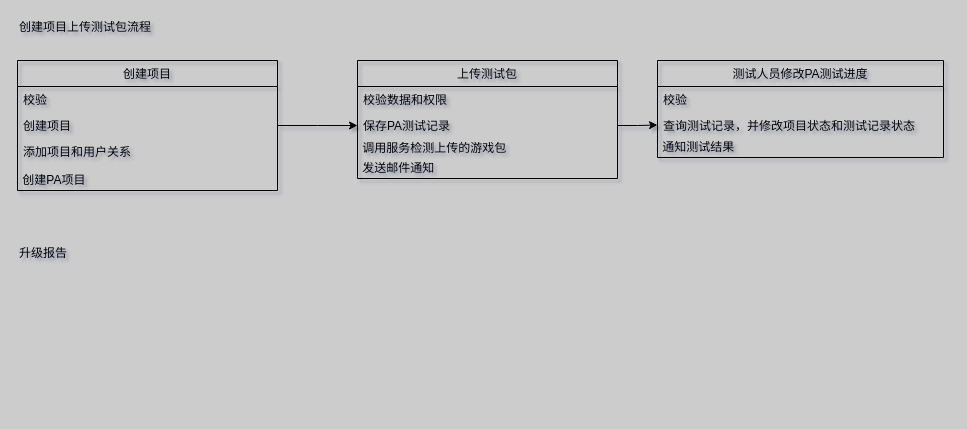
Above: Untitled Diagram.drawio in concurrentWang/SpringBoot-Labs (draw.io), before the change. Source tidied: cells renumbered, new cells numbered last; positions are measured from the earlier drawing's top-left corner, leaving out a move shared by most shapes. Both pictures are drawn from the tidied source at 100%, with x=0, y=0 at pixel (17, 17).
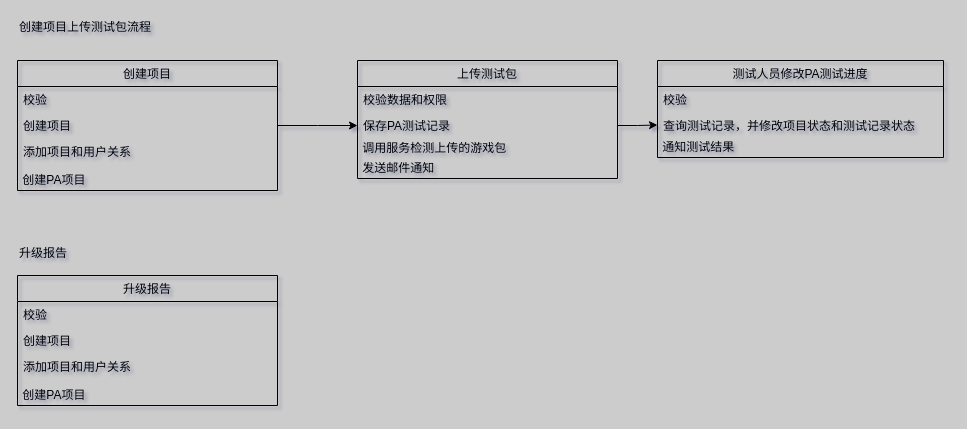
Above is the later version.

Diff of the diagram source:
```diff
@@
+    <mxCell id="20" value="升级报告" style="swimlane;fontStyle=0;horizontal=1;startSize=26;fillColor=none;" parent="1" vertex="1">
+      <mxGeometry y="258" width="260" height="130" as="geometry" />
+    </mxCell>
+    <mxCell id="21" value="校验" style="text;strokeColor=none;fillColor=none;align=left;verticalAlign=top;spacingLeft=4;spacingRight=4;overflow=hidden;" parent="20" vertex="1">
+      <mxGeometry y="26" width="260" height="26" as="geometry" />
+    </mxCell>
+    <mxCell id="22" value="创建项目" style="text;strokeColor=none;fillColor=none;align=left;verticalAlign=top;spacingLeft=4;spacingRight=4;overflow=hidden;" parent="20" vertex="1">
+      <mxGeometry y="52" width="260" height="26" as="geometry" />
+    </mxCell>
+    <mxCell id="23" value="添加项目和用户关系&#10;" style="text;strokeColor=none;fillColor=none;align=left;verticalAlign=top;spacingLeft=4;spacingRight=4;overflow=hidden;" parent="20" vertex="1">
+      <mxGeometry y="78" width="260" height="32" as="geometry" />
+    </mxCell>
+    <mxCell id="24" value="&lt;span&gt;&amp;nbsp;创建PA项目&lt;/span&gt;" style="text;html=1;strokeColor=none;fillColor=none;align=left;verticalAlign=middle;whiteSpace=wrap;rounded=0;" parent="20" vertex="1">
+      <mxGeometry y="110" width="260" height="20" as="geometry" />
+    </mxCell>
```
